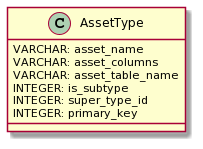
Above: doc/entities/graphics/rendered_images/asset_type_db.png in PDT42/AnyBase (PlantUML), before the change.
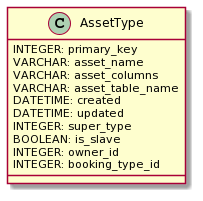
Above is the later version.

Change to the diagram source:
```diff
@@ -1,10 +1,14 @@
 @startuml
 class AssetType {
+    INTEGER: primary_key
     VARCHAR: asset_name
     VARCHAR: asset_columns
     VARCHAR: asset_table_name
-    INTEGER: is_subtype
-    INTEGER: super_type_id
-    INTEGER: primary_key
+    DATETIME: created
+    DATETIME: updated
+    INTEGER: super_type
+    BOOLEAN: is_slave
+    INTEGER: owner_id
+    INTEGER: booking_type_id
 }
 @enduml
```
